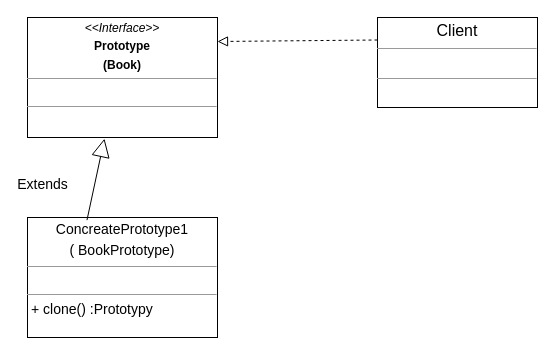
Before: page "Page-1" (1 of 2) of creational/prototype/proto.drawio in MaksShadows/Patterns, a draw.io diagram. Source tidied: cells renumbered, new cells numbered last; positions are measured from the earlier drawing's top-left corner, leaving out a move shared by most shapes. Both pictures are drawn from the tidied source at 100%, with x=0, y=0 at pixel (27, 17).
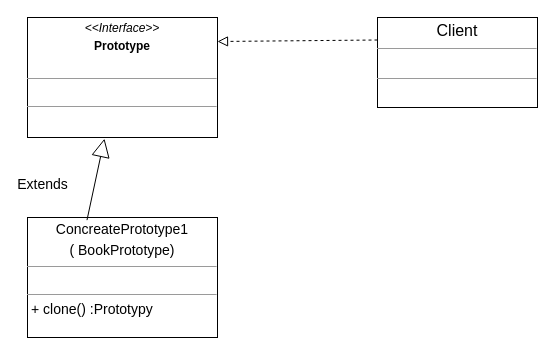
After the change.

What changed in the source:
```diff
@@
 <mxGraphModel>
   <root>
     <mxCell id="0" />
     <mxCell id="1" parent="0" />
-    <mxCell id="2" value="&lt;p style=&quot;margin: 4px 0px 0px ; text-align: center&quot;&gt;&lt;i&gt;&amp;lt;&amp;lt;Interface&amp;gt;&amp;gt;&lt;/i&gt;&lt;/p&gt;&lt;p style=&quot;margin: 0px ; margin-top: 4px ; text-align: center&quot;&gt;&lt;b&gt;Prototype&lt;/b&gt;&lt;/p&gt;&lt;p style=&quot;margin: 0px ; margin-top: 4px ; text-align: center&quot;&gt;&lt;b&gt;(Book)&lt;/b&gt;&lt;/p&gt;&lt;hr size=&quot;1&quot;&gt;&lt;p style=&quot;margin: 0px ; margin-left: 4px&quot;&gt;&lt;br&gt;&lt;/p&gt;&lt;hr size=&quot;1&quot;&gt;&lt;p style=&quot;text-align: justify ; margin: 0px 0px 0px 4px&quot;&gt;&lt;br&gt;&lt;/p&gt;" style="verticalAlign=top;align=left;overflow=fill;fontSize=12;fontFamily=Helvetica;html=1;" parent="1" vertex="1">
+    <mxCell id="2" value="&lt;p style=&quot;margin: 4px 0px 0px ; text-align: center&quot;&gt;&lt;i&gt;&amp;lt;&amp;lt;Interface&amp;gt;&amp;gt;&lt;/i&gt;&lt;/p&gt;&lt;p style=&quot;margin: 0px ; margin-top: 4px ; text-align: center&quot;&gt;&lt;b&gt;Prototype&lt;/b&gt;&lt;/p&gt;&lt;p style=&quot;margin: 0px ; margin-top: 4px ; text-align: center&quot;&gt;&lt;br&gt;&lt;/p&gt;&lt;hr size=&quot;1&quot;&gt;&lt;p style=&quot;margin: 0px ; margin-left: 4px&quot;&gt;&lt;br&gt;&lt;/p&gt;&lt;hr size=&quot;1&quot;&gt;&lt;p style=&quot;text-align: justify ; margin: 0px 0px 0px 4px&quot;&gt;&lt;br&gt;&lt;/p&gt;" style="verticalAlign=top;align=left;overflow=fill;fontSize=12;fontFamily=Helvetica;html=1;" parent="1" vertex="1">
       <mxGeometry width="190" height="120" as="geometry" />
     </mxCell>
     <mxCell id="3" value="&lt;p style=&quot;text-align: center ; margin: 4px 0px 0px ; font-size: 14px&quot;&gt;&lt;font style=&quot;font-size: 14px&quot;&gt;ConcreatePrototype1&lt;/font&gt;&lt;/p&gt;&lt;p style=&quot;text-align: center ; margin: 4px 0px 0px ; font-size: 14px&quot;&gt;&lt;font style=&quot;font-size: 14px&quot;&gt;(&amp;nbsp;BookPrototype)&lt;/font&gt;&lt;/p&gt;&lt;hr size=&quot;1&quot; style=&quot;text-align: justify ; font-size: 14px&quot;&gt;&lt;p style=&quot;text-align: justify ; margin: 0px 0px 0px 4px&quot;&gt;&lt;br&gt;&lt;/p&gt;&lt;hr size=&quot;1&quot; style=&quot;text-align: justify&quot;&gt;&lt;p style=&quot;text-align: justify ; margin: 0px 0px 0px 4px&quot;&gt;&lt;font style=&quot;font-size: 14px&quot;&gt;+ clone() :Prototypy&lt;/font&gt;&lt;/p&gt;&lt;div&gt;&lt;br&gt;&lt;/div&gt;" style="verticalAlign=top;align=left;overflow=fill;fontSize=12;fontFamily=Helvetica;html=1;" parent="1" vertex="1">
       <mxGeometry y="200" width="190" height="120" as="geometry" />
     </mxCell>
     <mxCell id="4" value="&lt;p style=&quot;text-align: center ; margin: 4px 0px 0px ; font-size: 16px&quot;&gt;&lt;font style=&quot;font-size: 16px&quot;&gt;Client&lt;/font&gt;&lt;/p&gt;&lt;hr size=&quot;1&quot; style=&quot;text-align: justify ; font-size: 16px&quot;&gt;&lt;p style=&quot;text-align: justify ; margin: 0px 0px 0px 4px&quot;&gt;&lt;br&gt;&lt;/p&gt;&lt;hr size=&quot;1&quot; style=&quot;text-align: justify&quot;&gt;&lt;p style=&quot;text-align: justify ; margin: 0px 0px 0px 4px&quot;&gt;&lt;br&gt;&lt;/p&gt;" style="verticalAlign=top;align=left;overflow=fill;fontSize=12;fontFamily=Helvetica;html=1;" parent="1" vertex="1">
       <mxGeometry x="350" width="160" height="90" as="geometry" />
     </mxCell>
     <mxCell id="5" value="Extends" style="endArrow=block;endSize=16;endFill=0;html=1;fontSize=14;entryX=0.405;entryY=1.01;entryDx=0;entryDy=0;entryPerimeter=0;exitX=0.313;exitY=0.022;exitDx=0;exitDy=0;exitPerimeter=0;" parent="1" edge="1" source="3" target="2">
       <mxGeometry x="-0.4" y="51" relative="1" as="geometry" />
     </mxCell>
     <mxCell id="6" style="endArrow=block;startArrow=none;endFill=0;startFill=0;endSize=8;html=1;verticalAlign=bottom;dashed=1;labelBackgroundColor=none;exitX=0;exitY=0.25;exitDx=0;exitDy=0;entryX=1;entryY=0.2;entryDx=0;entryDy=0;entryPerimeter=0;" parent="1" edge="1" source="4" target="2">
       <mxGeometry relative="1" as="geometry" />
     </mxCell>
   </root>
 </mxGraphModel>
```
